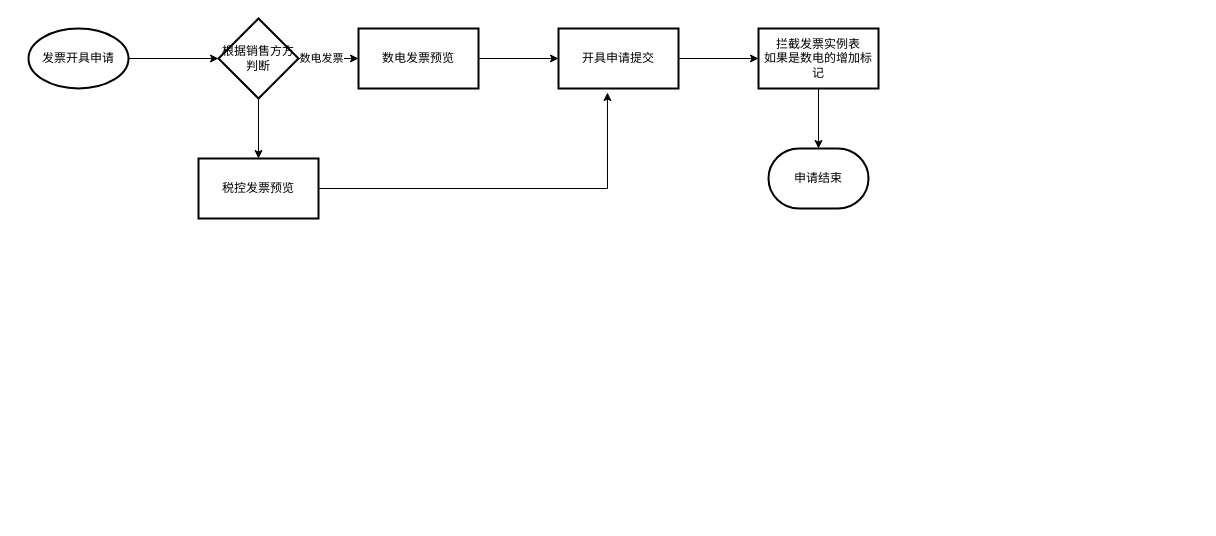
315944211/doc keeps this draw.io diagram as 数电发票改造方案.drawio. Above is the earlier version. Source tidied: cells renumbered, new cells numbered last; positions are measured from the earlier drawing's top-left corner, leaving out a move shared by most shapes. Both pictures are drawn from the tidied source at 100%, with x=0, y=0 at pixel (28, 18).
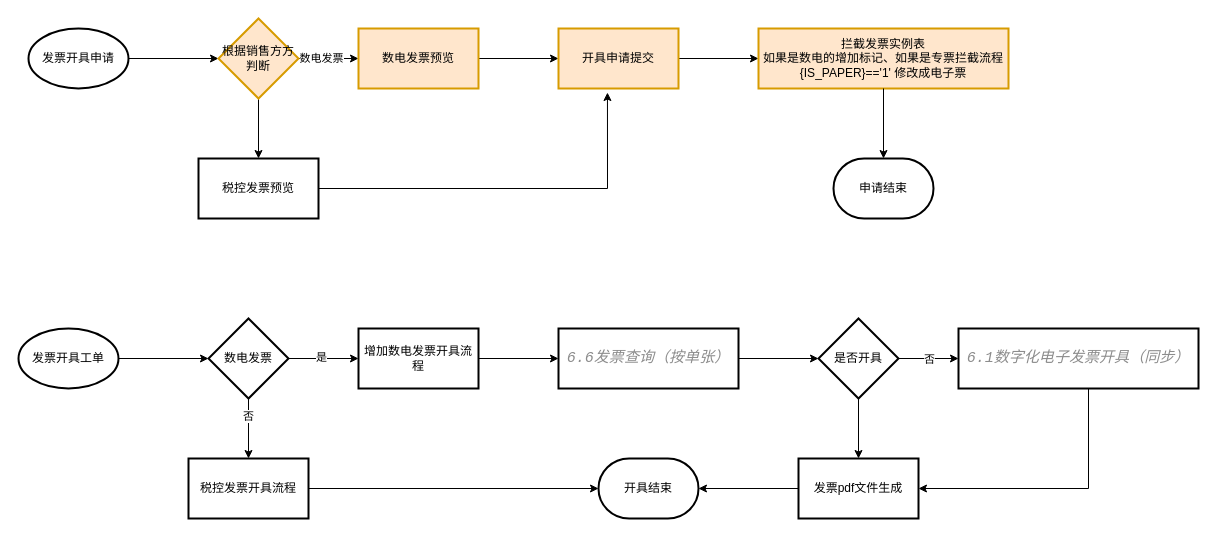
Above is the later version.

Commit message (it also covers changes not shown here):
更新数电发票改造方案.drawio

What changed in the source:
```diff
@@
-    <mxCell id="7" value="根据销售方方判断" style="rhombus;whiteSpace=wrap;html=1;strokeWidth=2;" parent="1" vertex="1">
+    <mxCell id="7" value="根据销售方方判断" style="rhombus;whiteSpace=wrap;html=1;strokeWidth=2;fillColor=#ffe6cc;strokeColor=#d79b00;" parent="1" vertex="1">
       <mxGeometry x="190" width="80" height="80" as="geometry" />
     </mxCell>
@@
-    <mxCell id="9" value="数电发票预览" style="whiteSpace=wrap;html=1;strokeWidth=2;" parent="1" vertex="1">
+    <mxCell id="9" value="数电发票预览" style="whiteSpace=wrap;html=1;strokeWidth=2;fillColor=#ffe6cc;strokeColor=#d79b00;" parent="1" vertex="1">
       <mxGeometry x="330" y="10" width="120" height="60" as="geometry" />
     </mxCell>
@@
-    <mxCell id="12" value="开具申请提交" style="whiteSpace=wrap;html=1;strokeWidth=2;" parent="1" vertex="1">
+    <mxCell id="12" value="开具申请提交" style="whiteSpace=wrap;html=1;strokeWidth=2;fillColor=#ffe6cc;strokeColor=#d79b00;" parent="1" vertex="1">
       <mxGeometry x="530" y="10" width="120" height="60" as="geometry" />
     </mxCell>
-    <mxCell id="13" value="拦截发票实例表&lt;div&gt;如果是数电的增加标记&lt;/div&gt;" style="whiteSpace=wrap;html=1;strokeWidth=2;" parent="1" vertex="1">
-      <mxGeometry x="730" y="10" width="120" height="60" as="geometry" />
+    <mxCell id="13" value="拦截发票实例表&lt;div&gt;如果是数电的增加标记、如果是专票拦截流程{IS_PAPER}=='1' 修改成电子票&lt;/div&gt;" style="whiteSpace=wrap;html=1;strokeWidth=2;fillColor=#ffe6cc;strokeColor=#d79b00;" parent="1" vertex="1">
+      <mxGeometry x="730" y="10" width="250" height="60" as="geometry" />
     </mxCell>
@@
     <mxCell id="15" value="申请结束" style="strokeWidth=2;html=1;shape=mxgraph.flowchart.terminator;whiteSpace=wrap;" parent="1" vertex="1">
-      <mxGeometry x="740" y="130" width="100" height="60" as="geometry" />
+      <mxGeometry x="805" y="140" width="100" height="60" as="geometry" />
     </mxCell>
@@
+    <mxCell id="17" style="edgeStyle=orthogonalEdgeStyle;rounded=0;jettySize=auto;html=1;" parent="1" edge="1" source="18" target="23">
+      <mxGeometry relative="1" as="geometry" />
+    </mxCell>
+    <mxCell id="18" value="发票开具工单" style="strokeWidth=2;html=1;shape=mxgraph.flowchart.start_1;whiteSpace=wrap;" parent="1" vertex="1">
+      <mxGeometry x="-10" y="310" width="100" height="60" as="geometry" />
+    </mxCell>
+    <mxCell id="19" style="edgeStyle=orthogonalEdgeStyle;rounded=0;jettySize=auto;html=1;" parent="1" edge="1" source="23" target="25">
+      <mxGeometry relative="1" as="geometry" />
+    </mxCell>
+    <mxCell id="20" value="是" style="edgeLabel;html=1;align=center;verticalAlign=middle;" parent="19" vertex="1">
+      <mxGeometry x="-0.09" y="2" relative="1" as="geometry" />
+    </mxCell>
+    <mxCell id="21" style="edgeStyle=orthogonalEdgeStyle;rounded=0;jettySize=auto;html=1;" parent="1" edge="1" source="23" target="26">
+      <mxGeometry relative="1" as="geometry" />
+    </mxCell>
+    <mxCell id="22" value="否" style="edgeLabel;html=1;align=center;verticalAlign=middle;" parent="21" vertex="1">
+      <mxGeometry x="-0.45" y="-1" relative="1" as="geometry" />
+    </mxCell>
+    <mxCell id="23" value="数电发票" style="rhombus;whiteSpace=wrap;html=1;strokeWidth=2;" parent="1" vertex="1">
+      <mxGeometry x="180" y="300" width="80" height="80" as="geometry" />
+    </mxCell>
+    <mxCell id="24" style="edgeStyle=orthogonalEdgeStyle;rounded=0;jettySize=auto;html=1;" parent="1" edge="1" source="25" target="28">
+      <mxGeometry relative="1" as="geometry" />
+    </mxCell>
+    <mxCell id="25" value="增加数电发票开具流程" style="whiteSpace=wrap;html=1;strokeWidth=2;" parent="1" vertex="1">
+      <mxGeometry x="330" y="310" width="120" height="60" as="geometry" />
+    </mxCell>
+    <mxCell id="26" value="税控发票开具流程" style="whiteSpace=wrap;html=1;strokeWidth=2;" parent="1" vertex="1">
+      <mxGeometry x="160" y="440" width="120" height="60" as="geometry" />
+    </mxCell>
+    <mxCell id="27" style="edgeStyle=orthogonalEdgeStyle;rounded=0;jettySize=auto;html=1;" parent="1" edge="1" source="28" target="32">
+      <mxGeometry relative="1" as="geometry" />
+    </mxCell>
+    <mxCell id="28" value="&lt;div style=&quot;background-color:#ffffff;color:#080808&quot;&gt;&lt;pre style=&quot;font-family:'JetBrains Mono',monospace;font-size:11.3pt;&quot;&gt;&lt;span style=&quot;color:#8c8c8c;font-style:italic;&quot;&gt;6.6&lt;/span&gt;&lt;span style=&quot;color:#8c8c8c;font-style:italic;font-family:'Menlo-Regular',monospace;&quot;&gt;发票查询（按单张）&lt;/span&gt;&lt;/pre&gt;&lt;/div&gt;" style="whiteSpace=wrap;html=1;strokeWidth=2;" parent="1" vertex="1">
+      <mxGeometry x="530" y="310" width="180" height="60" as="geometry" />
+    </mxCell>
+    <mxCell id="29" style="edgeStyle=orthogonalEdgeStyle;rounded=0;jettySize=auto;html=1;" parent="1" edge="1" source="32" target="34">
+      <mxGeometry relative="1" as="geometry" />
+    </mxCell>
+    <mxCell id="30" value="否" style="edgeLabel;html=1;align=center;verticalAlign=middle;" parent="29" vertex="1">
+      <mxGeometry relative="1" as="geometry" />
+    </mxCell>
+    <mxCell id="31" style="edgeStyle=orthogonalEdgeStyle;rounded=0;jettySize=auto;html=1;" parent="1" edge="1" source="32" target="36">
+      <mxGeometry relative="1" as="geometry" />
+    </mxCell>
+    <mxCell id="32" value="是否开具" style="rhombus;whiteSpace=wrap;html=1;strokeWidth=2;" parent="1" vertex="1">
+      <mxGeometry x="790" y="300" width="80" height="80" as="geometry" />
+    </mxCell>
+    <mxCell id="33" style="edgeStyle=orthogonalEdgeStyle;rounded=0;jettySize=auto;html=1;entryX=1;entryY=0.5;entryDx=0;entryDy=0;" parent="1" edge="1" source="34" target="36">
+      <mxGeometry relative="1" as="geometry">
+        <Array as="points">
+          <mxPoint x="1060" y="470" />
+        </Array>
+      </mxGeometry>
+    </mxCell>
+    <mxCell id="34" value="&lt;div style=&quot;background-color:#ffffff;color:#080808&quot;&gt;&lt;pre style=&quot;font-family:'JetBrains Mono',monospace;font-size:11.3pt;&quot;&gt;&lt;span style=&quot;color:#8c8c8c;font-style:italic;&quot;&gt;6.1&lt;/span&gt;&lt;span style=&quot;color:#8c8c8c;font-style:italic;font-family:'Menlo-Regular',monospace;&quot;&gt;数字化电子发票开具（同步）&lt;/span&gt;&lt;/pre&gt;&lt;/div&gt;" style="whiteSpace=wrap;html=1;strokeWidth=2;" parent="1" vertex="1">
+      <mxGeometry x="930" y="310" width="240" height="60" as="geometry" />
+    </mxCell>
+    <mxCell id="35" style="edgeStyle=orthogonalEdgeStyle;rounded=0;jettySize=auto;html=1;" parent="1" edge="1" source="36" target="37">
+      <mxGeometry relative="1" as="geometry" />
+    </mxCell>
+    <mxCell id="36" value="发票pdf文件生成" style="whiteSpace=wrap;html=1;strokeWidth=2;" parent="1" vertex="1">
+      <mxGeometry x="770" y="440" width="120" height="60" as="geometry" />
+    </mxCell>
+    <mxCell id="37" value="开具结束" style="strokeWidth=2;html=1;shape=mxgraph.flowchart.terminator;whiteSpace=wrap;" parent="1" vertex="1">
+      <mxGeometry x="570" y="440" width="100" height="60" as="geometry" />
+    </mxCell>
+    <mxCell id="38" style="edgeStyle=orthogonalEdgeStyle;rounded=0;jettySize=auto;html=1;entryX=0;entryY=0.5;entryDx=0;entryDy=0;entryPerimeter=0;" parent="1" edge="1" source="26" target="37">
+      <mxGeometry relative="1" as="geometry" />
+    </mxCell>
```
